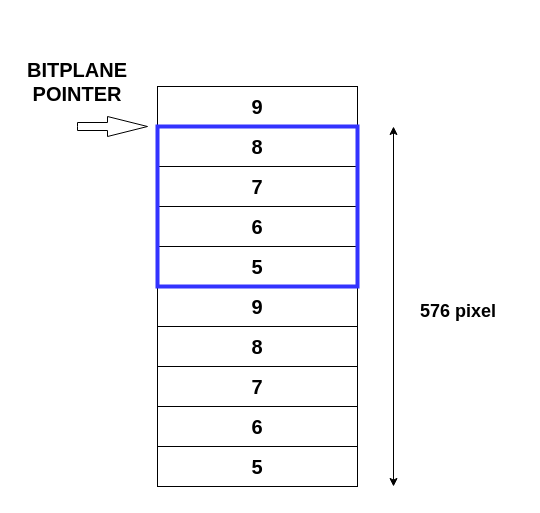
Earlier version of the draw.io diagram page "Pagina-4" (4 of 7) of images/vertical scrolling.drawio (stefanocoppi/amiga_game_prog_assembly). Source tidied: cells renumbered, new cells numbered last; positions are measured from the earlier drawing's top-left corner, leaving out a move shared by most shapes. Both pictures are drawn from the tidied source at 100%, with x=0, y=0 at pixel (17, 66).
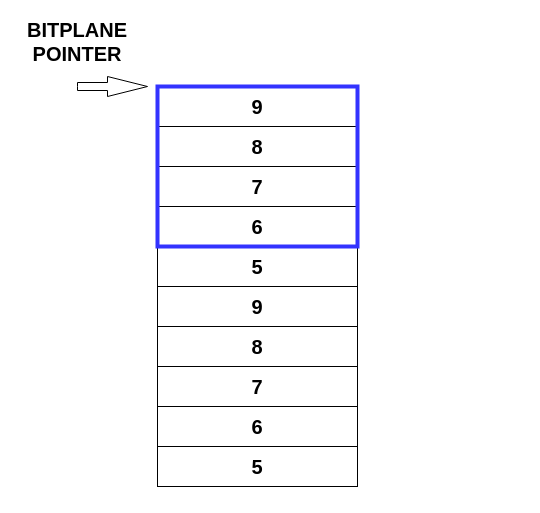
The same page after the edit.

Change to the diagram source:
```diff
@@
 <mxGraphModel>
   <root>
     <mxCell id="0" />
     <mxCell id="1" parent="0" />
     <mxCell id="2" value="&lt;b&gt;&lt;font style=&quot;font-size: 20px;&quot;&gt;9&lt;/font&gt;&lt;/b&gt;" style="rounded=0;whiteSpace=wrap;html=1;" parent="1" vertex="1">
       <mxGeometry x="140" y="220" width="200" height="40" as="geometry" />
     </mxCell>
     <mxCell id="3" value="&lt;b&gt;&lt;font style=&quot;font-size: 20px;&quot;&gt;8&lt;/font&gt;&lt;/b&gt;" style="rounded=0;whiteSpace=wrap;html=1;" parent="1" vertex="1">
       <mxGeometry x="140" y="260" width="200" height="40" as="geometry" />
     </mxCell>
     <mxCell id="4" value="&lt;b&gt;&lt;font style=&quot;font-size: 20px;&quot;&gt;7&lt;/font&gt;&lt;/b&gt;" style="rounded=0;whiteSpace=wrap;html=1;" parent="1" vertex="1">
       <mxGeometry x="140" y="300" width="200" height="40" as="geometry" />
     </mxCell>
     <mxCell id="5" value="&lt;b&gt;&lt;font style=&quot;font-size: 20px;&quot;&gt;6&lt;/font&gt;&lt;/b&gt;" style="rounded=0;whiteSpace=wrap;html=1;" parent="1" vertex="1">
       <mxGeometry x="140" y="340" width="200" height="40" as="geometry" />
     </mxCell>
     <mxCell id="6" value="&lt;b&gt;&lt;font style=&quot;font-size: 20px;&quot;&gt;5&lt;/font&gt;&lt;/b&gt;" style="rounded=0;whiteSpace=wrap;html=1;" parent="1" vertex="1">
       <mxGeometry x="140" y="180" width="200" height="40" as="geometry" />
     </mxCell>
     <mxCell id="7" value="&lt;b&gt;&lt;font style=&quot;font-size: 20px;&quot;&gt;5&lt;/font&gt;&lt;/b&gt;" style="rounded=0;whiteSpace=wrap;html=1;" parent="1" vertex="1">
       <mxGeometry x="140" y="380" width="200" height="40" as="geometry" />
     </mxCell>
     <mxCell id="8" style="rounded=0;whiteSpace=wrap;html=1;" parent="1" vertex="1">
       <mxGeometry x="140" y="20" width="200" height="160" as="geometry" />
     </mxCell>
     <mxCell id="9" style="html=1;shadow=0;dashed=0;align=center;verticalAlign=middle;shape=mxgraph.arrows2.arrow;dy=0.6;dx=40;notch=0;" parent="1" vertex="1">
-      <mxGeometry x="60" y="50" width="70" height="20" as="geometry" />
+      <mxGeometry x="60" y="10" width="70" height="20" as="geometry" />
     </mxCell>
     <mxCell id="10" value="&lt;font style=&quot;font-size: 20px;&quot;&gt;&lt;b&gt;BITPLANE POINTER&lt;/b&gt;&lt;/font&gt;" style="text;html=1;align=center;verticalAlign=middle;whiteSpace=wrap;rounded=0;" parent="1" vertex="1">
-      <mxGeometry width="120" height="30" as="geometry" />
+      <mxGeometry y="-40" width="120" height="30" as="geometry" />
     </mxCell>
     <mxCell id="11" value="&lt;b&gt;&lt;font style=&quot;font-size: 20px;&quot;&gt;6&lt;/font&gt;&lt;/b&gt;" style="rounded=0;whiteSpace=wrap;html=1;" parent="1" vertex="1">
       <mxGeometry x="140" y="140" width="200" height="40" as="geometry" />
     </mxCell>
     <mxCell id="12" value="&lt;b&gt;&lt;font style=&quot;font-size: 20px;&quot;&gt;7&lt;/font&gt;&lt;/b&gt;" style="rounded=0;whiteSpace=wrap;html=1;" parent="1" vertex="1">
       <mxGeometry x="140" y="100" width="200" height="40" as="geometry" />
     </mxCell>
     <mxCell id="13" value="&lt;b&gt;&lt;font style=&quot;font-size: 20px;&quot;&gt;8&lt;/font&gt;&lt;/b&gt;" style="rounded=0;whiteSpace=wrap;html=1;" parent="1" vertex="1">
       <mxGeometry x="140" y="60" width="200" height="40" as="geometry" />
     </mxCell>
     <mxCell id="14" value="&lt;b&gt;&lt;font style=&quot;font-size: 20px;&quot;&gt;9&lt;/font&gt;&lt;/b&gt;" style="rounded=0;whiteSpace=wrap;html=1;" parent="1" vertex="1">
       <mxGeometry x="140" y="20" width="200" height="40" as="geometry" />
     </mxCell>
     <mxCell id="15" style="rounded=0;whiteSpace=wrap;html=1;strokeWidth=4;strokeColor=#3333FF;fillColor=none;" parent="1" vertex="1">
-      <mxGeometry x="140" y="60" width="200" height="160" as="geometry" />
+      <mxGeometry x="140" y="20" width="200" height="160" as="geometry" />
     </mxCell>
-    <mxCell id="16" style="endArrow=classic;startArrow=classic;html=1;rounded=0;" parent="1" edge="1">
-      <mxGeometry relative="1" as="geometry">
-        <mxPoint x="376" y="420" as="sourcePoint" />
-        <mxPoint x="376" y="60" as="targetPoint" />
-      </mxGeometry>
-    </mxCell>
-    <mxCell id="17" value="576 pixel" style="text;html=1;align=center;verticalAlign=middle;whiteSpace=wrap;rounded=0;fontStyle=1;fontSize=18;" parent="1" vertex="1">
-      <mxGeometry x="376" y="230" width="130" height="30" as="geometry" />
-    </mxCell>
   </root>
 </mxGraphModel>
```
